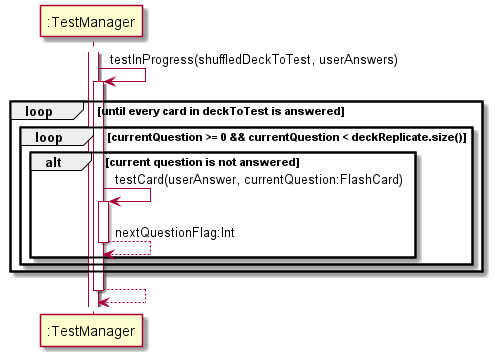
The PlantUML diagram docs/assets/dg diagrams/testInProgressSeqDiagram.png in xkisxk/tp, before a commit.
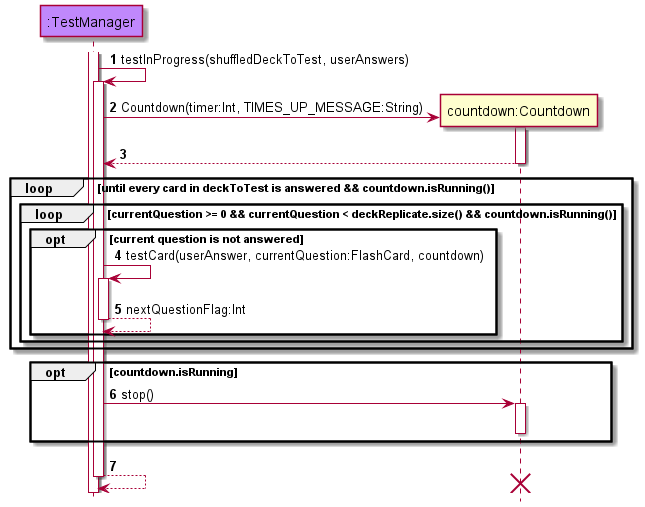
After the commit.

Change to the diagram source:
```diff
@@ -1,20 +1,39 @@
 @startuml
-participant ":TestManager" as TestManager
+!include style.puml
+autonumber
+hide footbox
+
+participant ":TestManager" as TestManager modelCOLOUR
+participant "countdown:Countdown" as Countdown
 activate TestManager
+
 
 TestManager -> TestManager : testInProgress(shuffledDeckToTest, userAnswers)
 activate TestManager
 
-loop until every card in deckToTest is answered
-loop currentQuestion >= 0 && currentQuestion < deckReplicate.size()
-alt current question is not answered
-TestManager -> TestManager : testCard(userAnswer, currentQuestion:FlashCard)
+TestManager -> Countdown **: Countdown(timer:Int, TIMES_UP_MESSAGE:String)
+activate Countdown
+
+Countdown --> TestManager
+deactivate Countdown
+
+loop until every card in deckToTest is answered && countdown.isRunning()
+loop currentQuestion >= 0 && currentQuestion < deckReplicate.size() && countdown.isRunning()
+opt current question is not answered
+TestManager -> TestManager : testCard(userAnswer, currentQuestion:FlashCard, countdown)
 activate TestManager
 TestManager --> TestManager : nextQuestionFlag:Int
 deactivate TestManager
 end
 end
 end
+opt countdown.isRunning
+TestManager -> Countdown : stop()
+activate Countdown
+deactivate Countdown
+end
 TestManager --> TestManager
 deactivate TestManager
+destroy Countdown
+
 @enduml
```
